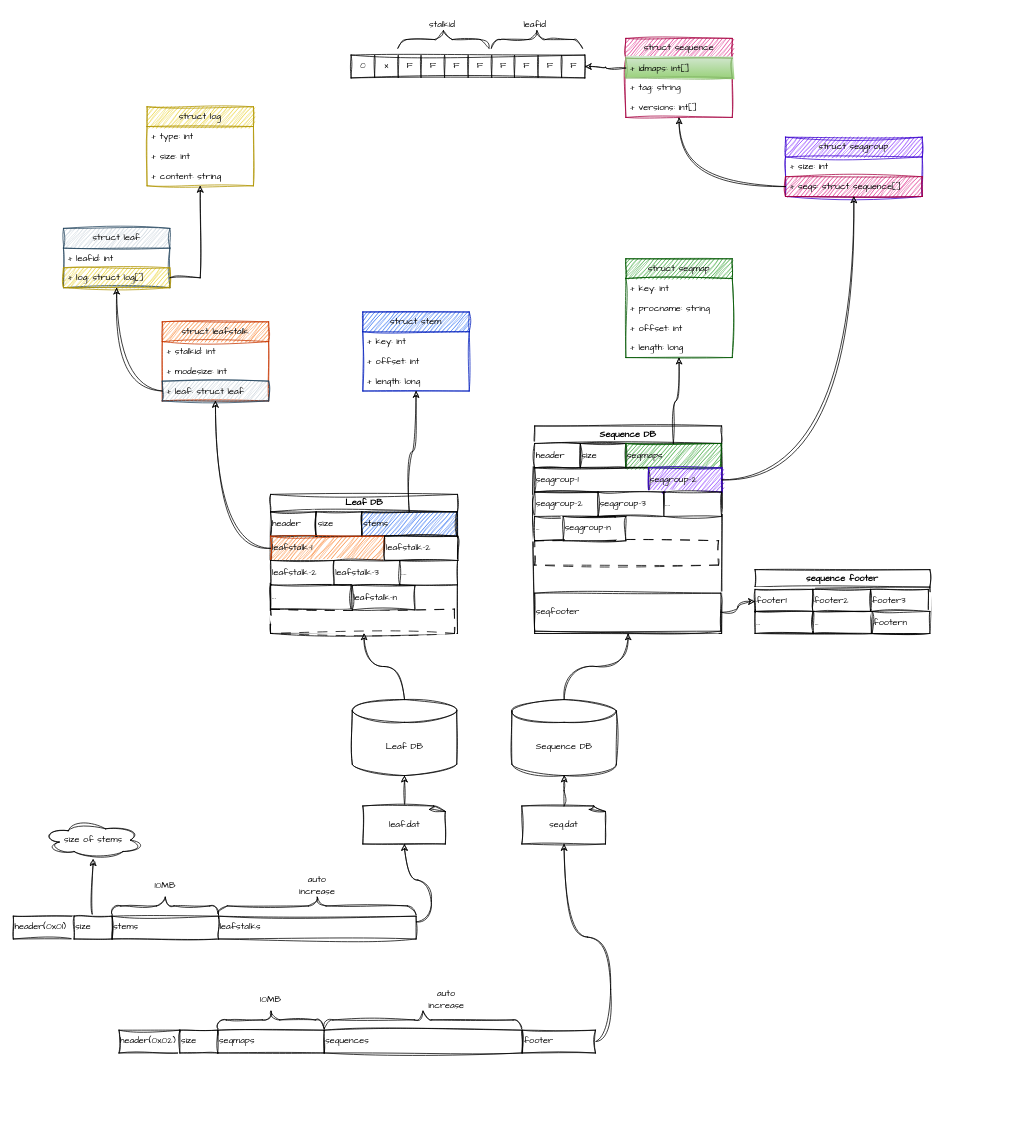
Before: Untitled Diagram.drawio in LukeAtTheWorld/LUKE, a draw.io diagram. Source tidied: cells renumbered, new cells numbered last; positions are measured from the earlier drawing's top-left corner, leaving out a move shared by most shapes. Both pictures are drawn from the tidied source at 76%, with x=0, y=0 at pixel (13, 13).
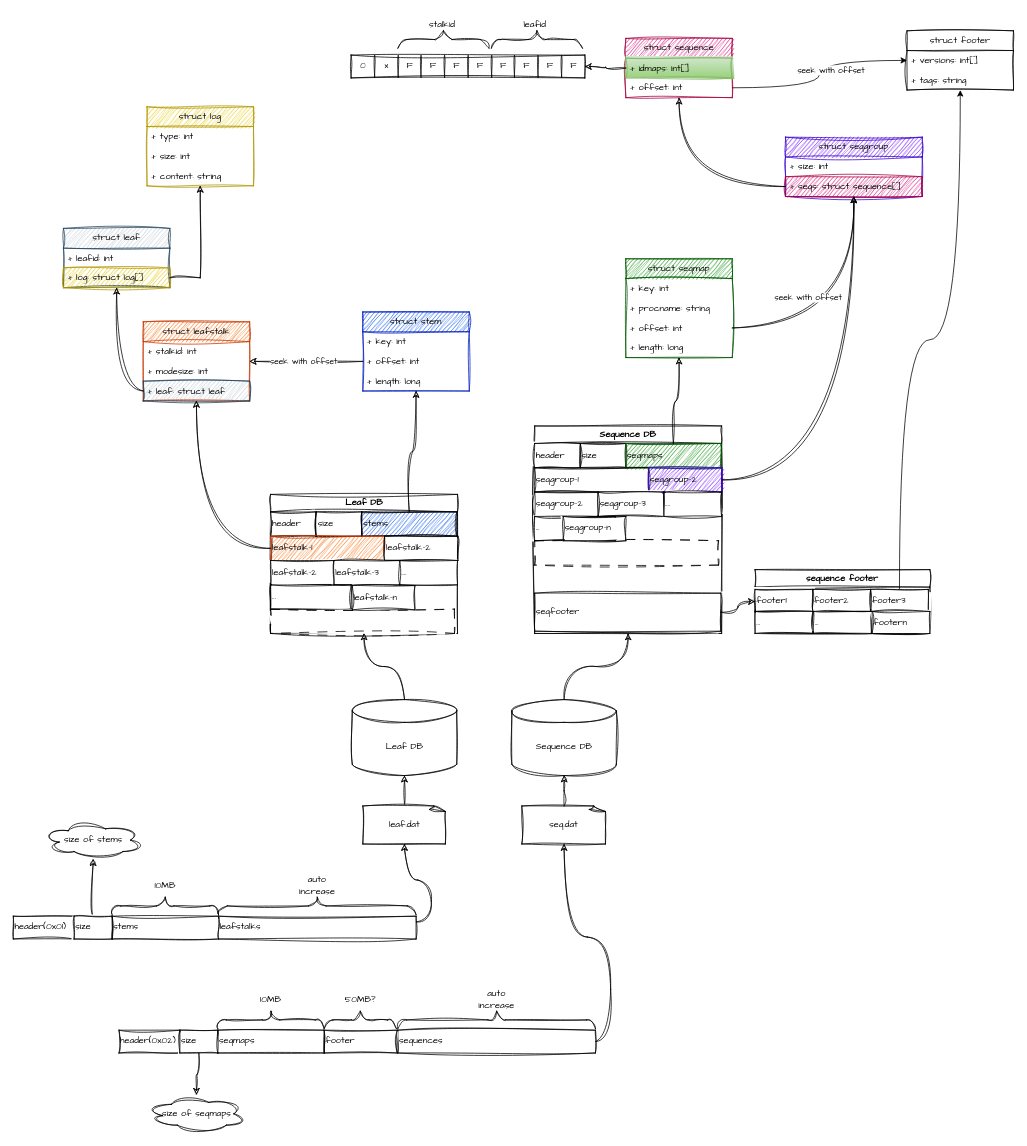
Above is the later version.

Unchanged cells that the change refers to:
```xml
<mxCell id="21" value="seq.dat" style="whiteSpace=wrap;html=1;shape=mxgraph.basic.document;align=center;sketch=1;curveFitting=1;jiggle=2;shadow=0;fontFamily=Comic Sans MS;" parent="1" vertex="1">
  <mxGeometry x="669.1" y="1043" width="111.2" height="50" as="geometry" />
</mxCell>
<mxCell id="24" value="+ offset: int" style="text;strokeColor=none;fillColor=none;align=left;verticalAlign=top;spacingLeft=4;spacingRight=4;overflow=hidden;points=[[0,0.5],[1,0.5]];portConstraint=eastwest;whiteSpace=wrap;html=1;sketch=1;curveFitting=1;jiggle=2;fontFamily=Comic Sans MS;" parent="22" vertex="1">
  <mxGeometry y="52" width="140" height="26" as="geometry" />
</mxCell>
<mxCell id="52" value="size" style="rounded=0;whiteSpace=wrap;html=1;align=left;fontFamily=Comic Sans MS;sketch=1;curveFitting=1;jiggle=2;" parent="1" vertex="1">
  <mxGeometry x="219.1" y="1338" width="50" height="30" as="geometry" />
</mxCell>
<mxCell id="77" value="footer3" style="rounded=0;whiteSpace=wrap;html=1;align=left;sketch=1;curveFitting=1;jiggle=2;shadow=0;fontFamily=Comic Sans MS;" parent="74" vertex="1">
  <mxGeometry x="152" y="26" width="76" height="29" as="geometry" />
</mxCell>
<mxCell id="86" value="+ offset: int" style="text;strokeColor=none;fillColor=none;align=left;verticalAlign=top;spacingLeft=4;spacingRight=4;overflow=hidden;points=[[0,0.5],[1,0.5]];portConstraint=eastwest;whiteSpace=wrap;html=1;sketch=1;curveFitting=1;jiggle=2;fontFamily=Comic Sans MS;" parent="83" vertex="1">
  <mxGeometry y="78" width="140" height="26" as="geometry" />
</mxCell>
<mxCell id="89" value="struct seqgroup" style="swimlane;fontStyle=0;horizontal=1;startSize=26;whiteSpace=wrap;html=1;sketch=1;curveFitting=1;jiggle=2;fontFamily=Comic Sans MS;fillColor=#6a00ff;fontColor=#000000;strokeColor=#3700CC;" parent="1" vertex="1">
  <mxGeometry x="1016" y="163" width="180" height="78" as="geometry" />
</mxCell>
```

The edit, as a diff of the source:
```diff
@@
     <mxCell id="36" value="struct leafstalk" style="swimlane;fontStyle=0;horizontal=1;startSize=26;fillColor=#fa6800;whiteSpace=wrap;html=1;sketch=1;curveFitting=1;jiggle=2;fontFamily=Comic Sans MS;fontColor=#000000;strokeColor=#C73500;" parent="1" vertex="1">
-      <mxGeometry x="196" y="406" width="140" height="104" as="geometry" />
+      <mxGeometry x="171" y="406" width="140" height="104" as="geometry" />
     </mxCell>
@@
+    <mxCell id="115" style="edgeStyle=orthogonalEdgeStyle;rounded=0;jettySize=auto;html=1;curved=1;sketch=1;curveFitting=1;jiggle=2;" parent="1" edge="1" source="52" target="127">
+      <mxGeometry relative="1" as="geometry" />
+    </mxCell>
@@
-    <mxCell id="56" style="edgeStyle=orthogonalEdgeStyle;rounded=0;jettySize=auto;html=1;curved=1;sketch=1;curveFitting=1;jiggle=2;exitX=1;exitY=0.5;exitDx=0;exitDy=0;" parent="1" edge="1" source="81" target="21">
+    <mxCell id="56" style="edgeStyle=orthogonalEdgeStyle;rounded=0;jettySize=auto;html=1;curved=1;sketch=1;curveFitting=1;jiggle=2;exitX=1;exitY=0.5;exitDx=0;exitDy=0;" parent="1" edge="1" source="57" target="21">
       <mxGeometry relative="1" as="geometry" />
     </mxCell>
     <mxCell id="57" value="sequences" style="rounded=0;whiteSpace=wrap;html=1;align=left;fontFamily=Comic Sans MS;sketch=1;curveFitting=1;jiggle=2;" parent="1" vertex="1">
-      <mxGeometry x="409.1" y="1338" width="260" height="30" as="geometry" />
+      <mxGeometry x="506" y="1338" width="260" height="30" as="geometry" />
     </mxCell>
     <mxCell id="58" style="verticalLabelPosition=bottom;shadow=0;dashed=0;align=center;html=1;verticalAlign=top;strokeWidth=1;shape=mxgraph.mockup.markup.curlyBrace;whiteSpace=wrap;strokeColor=#000000;fontFamily=Comic Sans MS;sketch=1;curveFitting=1;jiggle=2;" parent="1" vertex="1">
-      <mxGeometry x="409.1" y="1313" width="260" height="23" as="geometry" />
+      <mxGeometry x="506" y="1313" width="260" height="23" as="geometry" />
     </mxCell>
     <mxCell id="59" value="auto increase" style="text;strokeColor=none;align=center;fillColor=none;html=1;verticalAlign=middle;whiteSpace=wrap;rounded=0;fontFamily=Comic Sans MS;sketch=1;curveFitting=1;jiggle=2;" parent="1" vertex="1">
-      <mxGeometry x="539.9" y="1283" width="60" height="30" as="geometry" />
+      <mxGeometry x="606" y="1283" width="60" height="30" as="geometry" />
     </mxCell>
@@
     <mxCell id="81" value="footer" style="rounded=0;whiteSpace=wrap;html=1;align=left;fontFamily=Comic Sans MS;sketch=1;curveFitting=1;jiggle=2;" parent="1" vertex="1">
-      <mxGeometry x="670" y="1338" width="96" height="30" as="geometry" />
+      <mxGeometry x="409.1" y="1338" width="96" height="30" as="geometry" />
     </mxCell>
@@
     <mxCell id="93" value="struct sequence" style="swimlane;fontStyle=0;horizontal=1;startSize=26;fillColor=#d80073;whiteSpace=wrap;html=1;sketch=1;curveFitting=1;jiggle=2;fontFamily=Comic Sans MS;fontColor=#000000;strokeColor=#A50040;" parent="1" vertex="1">
-      <mxGeometry x="806" y="33" width="140" height="104" as="geometry" />
+      <mxGeometry x="806" y="33" width="140" height="78" as="geometry" />
     </mxCell>
@@
-    <mxCell id="95" value="+ tag: string" style="text;strokeColor=none;fillColor=none;align=left;verticalAlign=top;spacingLeft=4;spacingRight=4;overflow=hidden;points=[[0,0.5],[1,0.5]];portConstraint=eastwest;whiteSpace=wrap;html=1;sketch=1;curveFitting=1;jiggle=2;fontFamily=Comic Sans MS;" parent="93" vertex="1">
+    <mxCell id="95" value="+ offset: int" style="text;strokeColor=none;fillColor=none;align=left;verticalAlign=top;spacingLeft=4;spacingRight=4;overflow=hidden;points=[[0,0.5],[1,0.5]];portConstraint=eastwest;whiteSpace=wrap;html=1;sketch=1;curveFitting=1;jiggle=2;fontFamily=Comic Sans MS;" parent="93" vertex="1">
       <mxGeometry y="52" width="140" height="26" as="geometry" />
     </mxCell>
-    <mxCell id="96" value="+ versions: int[]" style="text;strokeColor=none;fillColor=none;align=left;verticalAlign=top;spacingLeft=4;spacingRight=4;overflow=hidden;whiteSpace=wrap;html=1;sketch=1;curveFitting=1;jiggle=2;fontFamily=Comic Sans MS;" parent="93" vertex="1">
-      <mxGeometry y="78" width="140" height="26" as="geometry" />
-    </mxCell>
@@
+    <mxCell id="116" value="struct footer" style="swimlane;fontStyle=0;horizontal=1;startSize=26;whiteSpace=wrap;html=1;sketch=1;curveFitting=1;jiggle=2;fontFamily=Comic Sans MS;" parent="1" vertex="1">
+      <mxGeometry x="1176" y="23" width="140" height="78" as="geometry" />
+    </mxCell>
+    <mxCell id="96" value="+ versions: int[]" style="text;align=left;verticalAlign=top;spacingLeft=4;spacingRight=4;overflow=hidden;whiteSpace=wrap;html=1;sketch=1;curveFitting=1;jiggle=2;fontFamily=Comic Sans MS;" parent="116" vertex="1">
+      <mxGeometry y="26" width="140" height="26" as="geometry" />
+    </mxCell>
+    <mxCell id="117" value="+ tags: string" style="text;strokeColor=none;fillColor=none;align=left;verticalAlign=top;spacingLeft=4;spacingRight=4;overflow=hidden;whiteSpace=wrap;html=1;sketch=1;curveFitting=1;jiggle=2;fontFamily=Comic Sans MS;" parent="116" vertex="1">
+      <mxGeometry y="52" width="140" height="26" as="geometry" />
+    </mxCell>
+    <mxCell id="118" style="edgeStyle=orthogonalEdgeStyle;rounded=0;jettySize=auto;html=1;curved=1;" parent="1" edge="1" source="77" target="116">
+      <mxGeometry relative="1" as="geometry" />
+    </mxCell>
+    <mxCell id="119" style="edgeStyle=orthogonalEdgeStyle;rounded=0;jettySize=auto;html=1;curved=1;" parent="1" edge="1" source="95" target="116">
+      <mxGeometry relative="1" as="geometry" />
+    </mxCell>
+    <mxCell id="120" value="seek with offset" style="edgeLabel;html=1;align=center;verticalAlign=middle;fontFamily=Comic Sans MS;" parent="119" vertex="1">
+      <mxGeometry x="0.24" y="-12" relative="1" as="geometry" />
+    </mxCell>
+    <mxCell id="121" style="edgeStyle=orthogonalEdgeStyle;rounded=0;jettySize=auto;html=1;curved=1;sketch=1;curveFitting=1;jiggle=2;" parent="1" edge="1" source="86" target="89">
+      <mxGeometry relative="1" as="geometry" />
+    </mxCell>
+    <mxCell id="122" value="seek with offset" style="edgeLabel;html=1;align=center;verticalAlign=middle;fontFamily=Comic Sans MS;" parent="121" vertex="1">
+      <mxGeometry x="-0.35" y="26" relative="1" as="geometry">
+        <mxPoint x="-9" y="-15" as="offset" />
+      </mxGeometry>
+    </mxCell>
+    <mxCell id="123" style="edgeStyle=orthogonalEdgeStyle;rounded=0;jettySize=auto;html=1;sketch=1;curveFitting=1;jiggle=2;" parent="1" edge="1" source="24" target="36">
+      <mxGeometry relative="1" as="geometry" />
+    </mxCell>
+    <mxCell id="124" value="seek with offset" style="edgeLabel;html=1;align=center;verticalAlign=middle;fontFamily=Comic Sans MS;" parent="123" vertex="1">
+      <mxGeometry x="0.05" y="-1" relative="1" as="geometry" />
+    </mxCell>
+    <mxCell id="125" style="verticalLabelPosition=bottom;shadow=0;dashed=0;align=center;html=1;verticalAlign=top;strokeWidth=1;shape=mxgraph.mockup.markup.curlyBrace;whiteSpace=wrap;strokeColor=#000000;fontFamily=Comic Sans MS;sketch=1;curveFitting=1;jiggle=2;" parent="1" vertex="1">
+      <mxGeometry x="409.1" y="1313" width="95" height="23" as="geometry" />
+    </mxCell>
+    <mxCell id="126" value="50MB?" style="text;strokeColor=none;align=center;fillColor=none;html=1;verticalAlign=middle;whiteSpace=wrap;rounded=0;fontFamily=Comic Sans MS;sketch=1;curveFitting=1;jiggle=2;" parent="1" vertex="1">
+      <mxGeometry x="427.1" y="1283" width="60" height="30" as="geometry" />
+    </mxCell>
+    <mxCell id="127" value="size of seqmaps" style="ellipse;shape=cloud;whiteSpace=wrap;html=1;fontFamily=Comic Sans MS;align=center;rounded=0;sketch=1;curveFitting=1;jiggle=2;" parent="1" vertex="1">
+      <mxGeometry x="175.5" y="1423" width="131" height="50" as="geometry" />
+    </mxCell>
```
